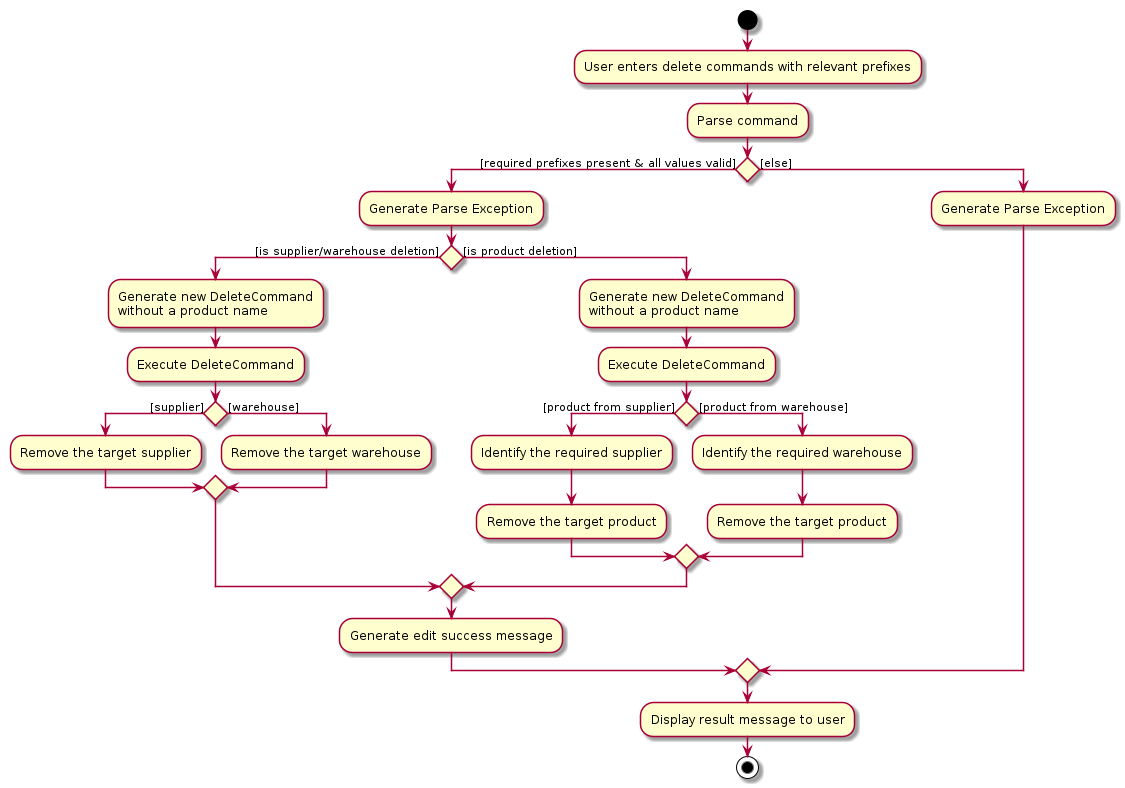
Earlier version of the PlantUML export docs/images/DeleteCommandActivityDiagram.png (tohyuting/tp).
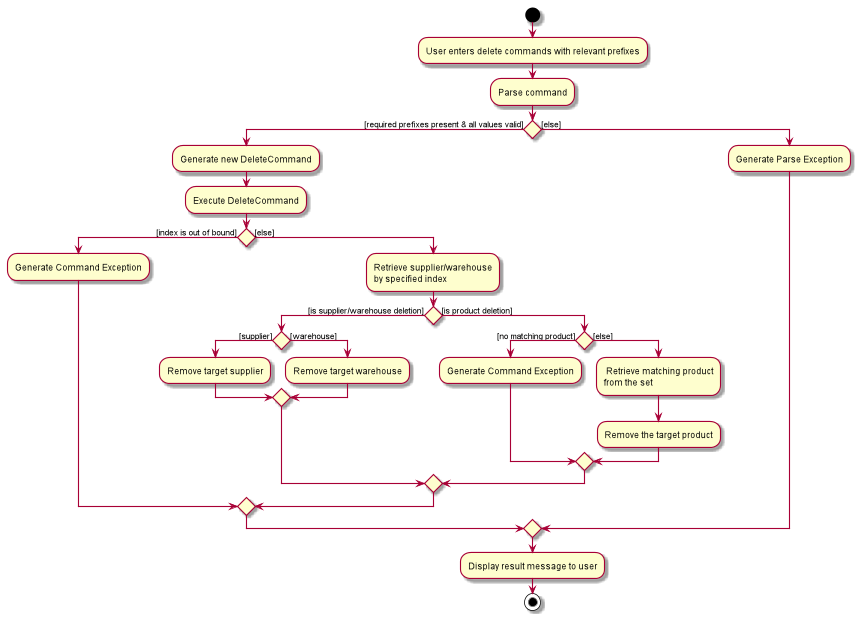
After the change.

Commit message:
Fix some UML diagram issues

What changed in the source:
```diff
@@ -5,32 +5,30 @@
 
 
 if () then ([required prefixes present & all values valid])
-    :Generate Parse Exception;
-    if () then ([is supplier/warehouse deletion])
-        :Generate new DeleteCommand
-        without a product name;
-        :Execute DeleteCommand;
+    :Generate new DeleteCommand;
+    :Execute DeleteCommand;
+    if () then ([index is out of bound])
+        :Generate Command Exception;
 
-        if () then([supplier])
-        :Remove the target supplier;
-        else ([warehouse])
-        :Remove the target warehouse;
+    else ([else])
+        :Retrieve supplier/warehouse
+        by specified index;
+        if () then ([is supplier/warehouse deletion])
+            if () then([supplier])
+            :Remove target supplier;
+            else ([warehouse])
+            :Remove target warehouse;
+            endif
+        else ([is product deletion])
+            if () then ([no matching product])
+                :Generate Command Exception;
+            else ([else])
+                : Retrieve matching product
+                from the set;
+                :Remove the target product;
+            endif
         endif
-    else ([is product deletion])
-        :Generate new DeleteCommand
-        without a product name;
-        :Execute DeleteCommand;
-
-        if () then([product from supplier])
-            :Identify the required supplier;
-            :Remove the target product;
-        else ([product from warehouse])
-            :Identify the required warehouse;
-            :Remove the target product;
-        endif
-
     endif
-        :Generate edit success message;
 else ([else])
     :Generate Parse Exception;
 endif
```
